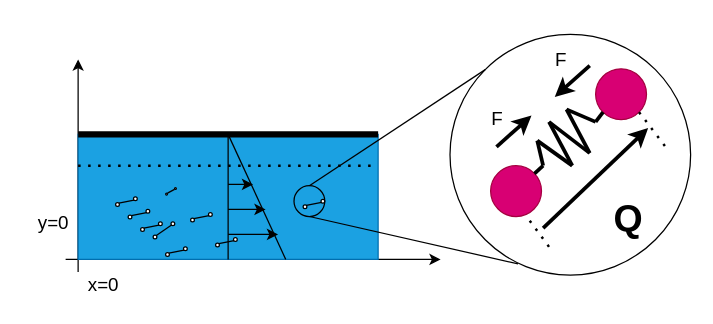
Before: fene哑铃.drawio in mauhin/auto, a draw.io diagram. Source tidied: cells renumbered, new cells numbered last; positions are measured from the earlier drawing's top-left corner, leaving out a move shared by most shapes. Both pictures are drawn from the tidied source at 125%, with x=0, y=0 at pixel (21, 21).
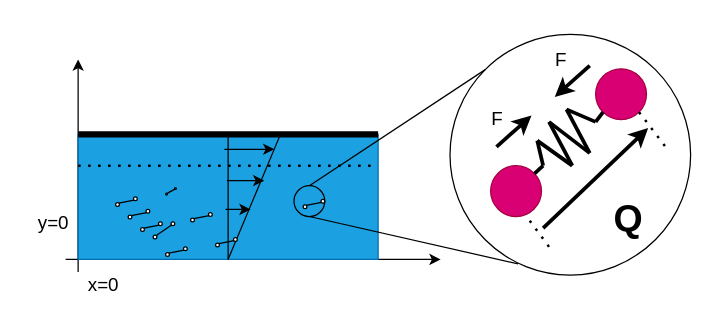
After the change.

The change refers to these unchanged cells:
```xml
<mxCell id="4" style="rounded=0;whiteSpace=wrap;html=1;fillStyle=auto;strokeColor=#006EAF;fillColor=#1ba1e2;fontColor=#ffffff;" parent="1" vertex="1">
  <mxGeometry x="45" y="90" width="240" height="100" as="geometry" />
</mxCell>
```

Diff of the diagram source:
```diff
@@
-    <mxCell id="8" style="endArrow=none;html=1;rounded=0;strokeWidth=1;exitX=0.692;exitY=1;exitDx=0;exitDy=0;exitPerimeter=0;" parent="1" edge="1" source="4">
+    <mxCell id="8" style="endArrow=none;html=1;rounded=0;strokeWidth=1;exitX=0.5;exitY=1;exitDx=0;exitDy=0;" parent="1" edge="1" source="4">
       <mxGeometry relative="1" as="geometry">
-        <mxPoint x="165" y="90" as="targetPoint" />
+        <mxPoint x="206" y="92" as="targetPoint" />
       </mxGeometry>
     </mxCell>
     <mxCell id="9" style="endArrow=classic;html=1;rounded=0;strokeWidth=1;" parent="1" edge="1">
       <mxGeometry relative="1" as="geometry">
-        <mxPoint x="165" y="130" as="sourcePoint" />
-        <mxPoint x="185" y="130" as="targetPoint" />
+        <mxPoint x="163" y="150" as="sourcePoint" />
+        <mxPoint x="183" y="150" as="targetPoint" />
       </mxGeometry>
     </mxCell>
     <mxCell id="10" style="endArrow=classic;html=1;rounded=0;strokeWidth=1;" parent="1" edge="1">
       <mxGeometry relative="1" as="geometry">
-        <mxPoint x="165" y="150" as="sourcePoint" />
-        <mxPoint x="195" y="150" as="targetPoint" />
+        <mxPoint x="164" y="127" as="sourcePoint" />
+        <mxPoint x="194" y="127" as="targetPoint" />
       </mxGeometry>
     </mxCell>
     <mxCell id="11" style="endArrow=classic;html=1;rounded=0;strokeWidth=1;" parent="1" edge="1">
       <mxGeometry relative="1" as="geometry">
-        <mxPoint x="165" y="170" as="sourcePoint" />
-        <mxPoint x="205" y="170" as="targetPoint" />
+        <mxPoint x="162" y="101.9" as="sourcePoint" />
+        <mxPoint x="202" y="101.9" as="targetPoint" />
       </mxGeometry>
     </mxCell>
```
